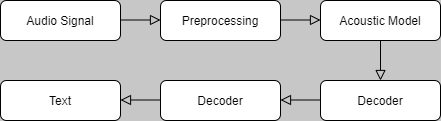
Earlier version of the draw.io export asr_pipeline.png (Tou7and/HelloGitHub). Source tidied: cells renumbered, new cells last; positions are measured from the earlier drawing's top-left corner, leaving out a move shared by most shapes. Its diagram source:
```xml
<mxGraphModel background="#C7C7C7">
  <root>
    <mxCell id="0" />
    <mxCell id="1" parent="0" />
    <mxCell id="2" value="Audio Signal" style="rounded=1;whiteSpace=wrap;html=1;fontSize=12;glass=0;strokeWidth=1;shadow=0;" parent="1" vertex="1">
      <mxGeometry width="120" height="40" as="geometry" />
    </mxCell>
    <mxCell id="3" style="rounded=0;html=1;jettySize=auto;orthogonalLoop=1;fontSize=11;endArrow=block;endFill=0;endSize=8;strokeWidth=1;shadow=0;labelBackgroundColor=none;edgeStyle=orthogonalEdgeStyle;" parent="1" edge="1">
      <mxGeometry relative="1" as="geometry">
        <mxPoint x="120" y="20" as="sourcePoint" />
        <mxPoint x="160" y="19.5" as="targetPoint" />
        <Array as="points">
          <mxPoint x="160" y="19.5" />
          <mxPoint x="160" y="19.5" />
        </Array>
      </mxGeometry>
    </mxCell>
    <mxCell id="4" value="Preprocessing" style="rounded=1;whiteSpace=wrap;html=1;fontSize=12;glass=0;strokeWidth=1;shadow=0;" parent="1" vertex="1">
      <mxGeometry x="160" width="120" height="40" as="geometry" />
    </mxCell>
    <mxCell id="5" value="Acoustic Model" style="rounded=1;whiteSpace=wrap;html=1;fontSize=12;glass=0;strokeWidth=1;shadow=0;" parent="1" vertex="1">
      <mxGeometry x="320" width="120" height="40" as="geometry" />
    </mxCell>
    <mxCell id="6" value="Decoder" style="rounded=1;whiteSpace=wrap;html=1;fontSize=12;glass=0;strokeWidth=1;shadow=0;" parent="1" vertex="1">
      <mxGeometry x="320" y="80" width="120" height="40" as="geometry" />
    </mxCell>
    <mxCell id="7" style="rounded=0;html=1;jettySize=auto;orthogonalLoop=1;fontSize=11;endArrow=block;endFill=0;endSize=8;strokeWidth=1;shadow=0;labelBackgroundColor=none;edgeStyle=orthogonalEdgeStyle;" parent="1" edge="1">
      <mxGeometry relative="1" as="geometry">
        <mxPoint x="280" y="19.5" as="sourcePoint" />
        <mxPoint x="320" y="19.5" as="targetPoint" />
        <Array as="points">
          <mxPoint x="320" y="19.5" />
          <mxPoint x="320" y="19.5" />
        </Array>
      </mxGeometry>
    </mxCell>
    <mxCell id="8" style="rounded=0;html=1;jettySize=auto;orthogonalLoop=1;fontSize=11;endArrow=block;endFill=0;endSize=8;strokeWidth=1;shadow=0;labelBackgroundColor=none;edgeStyle=orthogonalEdgeStyle;" parent="1" edge="1">
      <mxGeometry relative="1" as="geometry">
        <mxPoint x="380" y="40" as="sourcePoint" />
        <mxPoint x="380" y="80" as="targetPoint" />
        <Array as="points">
          <mxPoint x="380" y="80" />
          <mxPoint x="380" y="80" />
        </Array>
      </mxGeometry>
    </mxCell>
    <mxCell id="9" value="Decoder" style="rounded=1;whiteSpace=wrap;html=1;fontSize=12;glass=0;strokeWidth=1;shadow=0;" parent="1" vertex="1">
      <mxGeometry x="160" y="80" width="120" height="40" as="geometry" />
    </mxCell>
    <mxCell id="10" value="Text" style="rounded=1;whiteSpace=wrap;html=1;fontSize=12;glass=0;strokeWidth=1;shadow=0;" parent="1" vertex="1">
      <mxGeometry y="80" width="120" height="40" as="geometry" />
    </mxCell>
    <mxCell id="11" style="rounded=0;html=1;jettySize=auto;orthogonalLoop=1;fontSize=11;endArrow=block;endFill=0;endSize=8;strokeWidth=1;shadow=0;labelBackgroundColor=none;edgeStyle=orthogonalEdgeStyle;" parent="1" edge="1">
      <mxGeometry relative="1" as="geometry">
        <mxPoint x="320" y="99.5" as="sourcePoint" />
        <mxPoint x="280" y="99.5" as="targetPoint" />
        <Array as="points">
          <mxPoint x="280" y="99.5" />
          <mxPoint x="280" y="99.5" />
        </Array>
      </mxGeometry>
    </mxCell>
    <mxCell id="12" style="rounded=0;html=1;jettySize=auto;orthogonalLoop=1;fontSize=11;endArrow=block;endFill=0;endSize=8;strokeWidth=1;shadow=0;labelBackgroundColor=none;edgeStyle=orthogonalEdgeStyle;" parent="1" edge="1">
      <mxGeometry relative="1" as="geometry">
        <mxPoint x="160" y="99.5" as="sourcePoint" />
        <mxPoint x="120" y="99.5" as="targetPoint" />
        <Array as="points">
          <mxPoint x="120" y="99.5" />
          <mxPoint x="120" y="99.5" />
        </Array>
      </mxGeometry>
    </mxCell>
  </root>
</mxGraphModel>
```
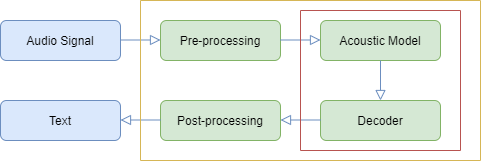
After the change.

The edit, as a diff of the source:
```diff
@@ -1,11 +1,11 @@
-<mxGraphModel background="#C7C7C7">
+<mxGraphModel>
   <root>
     <mxCell id="0" />
     <mxCell id="1" parent="0" />
-    <mxCell id="2" value="Audio Signal" style="rounded=1;whiteSpace=wrap;html=1;fontSize=12;glass=0;strokeWidth=1;shadow=0;" parent="1" vertex="1">
+    <mxCell id="2" value="Audio Signal" style="rounded=1;whiteSpace=wrap;html=1;fontSize=12;glass=0;strokeWidth=1;shadow=0;fillColor=#dae8fc;strokeColor=#6c8ebf;" parent="1" vertex="1">
       <mxGeometry width="120" height="40" as="geometry" />
     </mxCell>
-    <mxCell id="3" style="rounded=0;html=1;jettySize=auto;orthogonalLoop=1;fontSize=11;endArrow=block;endFill=0;endSize=8;strokeWidth=1;shadow=0;labelBackgroundColor=none;edgeStyle=orthogonalEdgeStyle;" parent="1" edge="1">
+    <mxCell id="3" style="rounded=0;html=1;jettySize=auto;orthogonalLoop=1;fontSize=11;endArrow=block;endFill=0;endSize=8;strokeWidth=1;shadow=0;labelBackgroundColor=none;edgeStyle=orthogonalEdgeStyle;fillColor=#dae8fc;strokeColor=#6c8ebf;" parent="1" edge="1">
       <mxGeometry relative="1" as="geometry">
         <mxPoint x="120" y="20" as="sourcePoint" />
         <mxPoint x="160" y="19.5" as="targetPoint" />
@@ -15,16 +15,16 @@
         </Array>
       </mxGeometry>
     </mxCell>
-    <mxCell id="4" value="Preprocessing" style="rounded=1;whiteSpace=wrap;html=1;fontSize=12;glass=0;strokeWidth=1;shadow=0;" parent="1" vertex="1">
+    <mxCell id="4" value="Pre-processing" style="rounded=1;whiteSpace=wrap;html=1;fontSize=12;glass=0;strokeWidth=1;shadow=0;fillColor=#d5e8d4;strokeColor=#82b366;" parent="1" vertex="1">
       <mxGeometry x="160" width="120" height="40" as="geometry" />
     </mxCell>
-    <mxCell id="5" value="Acoustic Model" style="rounded=1;whiteSpace=wrap;html=1;fontSize=12;glass=0;strokeWidth=1;shadow=0;" parent="1" vertex="1">
+    <mxCell id="5" value="Acoustic Model" style="rounded=1;whiteSpace=wrap;html=1;fontSize=12;glass=0;strokeWidth=1;shadow=0;fillColor=#d5e8d4;strokeColor=#82b366;" parent="1" vertex="1">
       <mxGeometry x="320" width="120" height="40" as="geometry" />
     </mxCell>
-    <mxCell id="6" value="Decoder" style="rounded=1;whiteSpace=wrap;html=1;fontSize=12;glass=0;strokeWidth=1;shadow=0;" parent="1" vertex="1">
+    <mxCell id="6" value="Decoder" style="rounded=1;whiteSpace=wrap;html=1;fontSize=12;glass=0;strokeWidth=1;shadow=0;fillColor=#d5e8d4;strokeColor=#82b366;" parent="1" vertex="1">
       <mxGeometry x="320" y="80" width="120" height="40" as="geometry" />
     </mxCell>
-    <mxCell id="7" style="rounded=0;html=1;jettySize=auto;orthogonalLoop=1;fontSize=11;endArrow=block;endFill=0;endSize=8;strokeWidth=1;shadow=0;labelBackgroundColor=none;edgeStyle=orthogonalEdgeStyle;" parent="1" edge="1">
+    <mxCell id="7" style="rounded=0;html=1;jettySize=auto;orthogonalLoop=1;fontSize=11;endArrow=block;endFill=0;endSize=8;strokeWidth=1;shadow=0;labelBackgroundColor=none;edgeStyle=orthogonalEdgeStyle;fillColor=#dae8fc;strokeColor=#6c8ebf;" parent="1" edge="1">
       <mxGeometry relative="1" as="geometry">
         <mxPoint x="280" y="19.5" as="sourcePoint" />
         <mxPoint x="320" y="19.5" as="targetPoint" />
@@ -34,7 +34,7 @@
         </Array>
       </mxGeometry>
     </mxCell>
-    <mxCell id="8" style="rounded=0;html=1;jettySize=auto;orthogonalLoop=1;fontSize=11;endArrow=block;endFill=0;endSize=8;strokeWidth=1;shadow=0;labelBackgroundColor=none;edgeStyle=orthogonalEdgeStyle;" parent="1" edge="1">
+    <mxCell id="8" style="rounded=0;html=1;jettySize=auto;orthogonalLoop=1;fontSize=11;endArrow=block;endFill=0;endSize=8;strokeWidth=1;shadow=0;labelBackgroundColor=none;edgeStyle=orthogonalEdgeStyle;fillColor=#dae8fc;strokeColor=#6c8ebf;" parent="1" edge="1">
       <mxGeometry relative="1" as="geometry">
         <mxPoint x="380" y="40" as="sourcePoint" />
         <mxPoint x="380" y="80" as="targetPoint" />
@@ -44,13 +44,13 @@
         </Array>
       </mxGeometry>
     </mxCell>
-    <mxCell id="9" value="Decoder" style="rounded=1;whiteSpace=wrap;html=1;fontSize=12;glass=0;strokeWidth=1;shadow=0;" parent="1" vertex="1">
+    <mxCell id="9" value="Post-processing" style="rounded=1;whiteSpace=wrap;html=1;fontSize=12;glass=0;strokeWidth=1;shadow=0;fillColor=#d5e8d4;strokeColor=#82b366;" parent="1" vertex="1">
       <mxGeometry x="160" y="80" width="120" height="40" as="geometry" />
     </mxCell>
-    <mxCell id="10" value="Text" style="rounded=1;whiteSpace=wrap;html=1;fontSize=12;glass=0;strokeWidth=1;shadow=0;" parent="1" vertex="1">
+    <mxCell id="10" value="Text" style="rounded=1;whiteSpace=wrap;html=1;fontSize=12;glass=0;strokeWidth=1;shadow=0;fillColor=#dae8fc;strokeColor=#6c8ebf;" parent="1" vertex="1">
       <mxGeometry y="80" width="120" height="40" as="geometry" />
     </mxCell>
-    <mxCell id="11" style="rounded=0;html=1;jettySize=auto;orthogonalLoop=1;fontSize=11;endArrow=block;endFill=0;endSize=8;strokeWidth=1;shadow=0;labelBackgroundColor=none;edgeStyle=orthogonalEdgeStyle;" parent="1" edge="1">
+    <mxCell id="11" style="rounded=0;html=1;jettySize=auto;orthogonalLoop=1;fontSize=11;endArrow=block;endFill=0;endSize=8;strokeWidth=1;shadow=0;labelBackgroundColor=none;edgeStyle=orthogonalEdgeStyle;fillColor=#dae8fc;strokeColor=#6c8ebf;" parent="1" edge="1">
       <mxGeometry relative="1" as="geometry">
         <mxPoint x="320" y="99.5" as="sourcePoint" />
         <mxPoint x="280" y="99.5" as="targetPoint" />
@@ -60,7 +60,7 @@
         </Array>
       </mxGeometry>
     </mxCell>
-    <mxCell id="12" style="rounded=0;html=1;jettySize=auto;orthogonalLoop=1;fontSize=11;endArrow=block;endFill=0;endSize=8;strokeWidth=1;shadow=0;labelBackgroundColor=none;edgeStyle=orthogonalEdgeStyle;" parent="1" edge="1">
+    <mxCell id="12" style="rounded=0;html=1;jettySize=auto;orthogonalLoop=1;fontSize=11;endArrow=block;endFill=0;endSize=8;strokeWidth=1;shadow=0;labelBackgroundColor=none;edgeStyle=orthogonalEdgeStyle;fillColor=#dae8fc;strokeColor=#6c8ebf;" parent="1" edge="1">
       <mxGeometry relative="1" as="geometry">
         <mxPoint x="160" y="99.5" as="sourcePoint" />
         <mxPoint x="120" y="99.5" as="targetPoint" />
@@ -70,5 +70,53 @@
         </Array>
       </mxGeometry>
     </mxCell>
+    <mxCell id="13" style="endArrow=none;html=1;fillColor=#f8cecc;strokeColor=#b85450;" parent="1" edge="1">
+      <mxGeometry relative="1" as="geometry">
+        <mxPoint x="300" y="130" as="sourcePoint" />
+        <mxPoint x="300" y="-10" as="targetPoint" />
+      </mxGeometry>
+    </mxCell>
+    <mxCell id="14" style="endArrow=none;html=1;fillColor=#f8cecc;strokeColor=#b85450;" parent="1" edge="1">
+      <mxGeometry relative="1" as="geometry">
+        <mxPoint x="460" y="130" as="sourcePoint" />
+        <mxPoint x="460" y="-10" as="targetPoint" />
+      </mxGeometry>
+    </mxCell>
+    <mxCell id="15" style="endArrow=none;html=1;fillColor=#f8cecc;strokeColor=#b85450;" parent="1" edge="1">
+      <mxGeometry relative="1" as="geometry">
+        <mxPoint x="300" y="-10" as="sourcePoint" />
+        <mxPoint x="460" y="-10" as="targetPoint" />
+      </mxGeometry>
+    </mxCell>
+    <mxCell id="16" style="endArrow=none;html=1;fillColor=#f8cecc;strokeColor=#b85450;" parent="1" edge="1">
+      <mxGeometry relative="1" as="geometry">
+        <mxPoint x="300" y="130" as="sourcePoint" />
+        <mxPoint x="460" y="130" as="targetPoint" />
+      </mxGeometry>
+    </mxCell>
+    <mxCell id="17" style="endArrow=none;html=1;fillColor=#fff2cc;strokeColor=#d6b656;" parent="1" edge="1">
+      <mxGeometry relative="1" as="geometry">
+        <mxPoint x="140" y="-20" as="sourcePoint" />
+        <mxPoint x="480" y="-20" as="targetPoint" />
+      </mxGeometry>
+    </mxCell>
+    <mxCell id="18" style="endArrow=none;html=1;fillColor=#fff2cc;strokeColor=#d6b656;" parent="1" edge="1">
+      <mxGeometry relative="1" as="geometry">
+        <mxPoint x="140" y="140" as="sourcePoint" />
+        <mxPoint x="480" y="140" as="targetPoint" />
+      </mxGeometry>
+    </mxCell>
+    <mxCell id="19" style="endArrow=none;html=1;fillColor=#fff2cc;strokeColor=#d6b656;" parent="1" edge="1">
+      <mxGeometry relative="1" as="geometry">
+        <mxPoint x="140" y="140" as="sourcePoint" />
+        <mxPoint x="140" y="-20" as="targetPoint" />
+      </mxGeometry>
+    </mxCell>
+    <mxCell id="20" style="endArrow=none;html=1;fillColor=#fff2cc;strokeColor=#d6b656;" parent="1" edge="1">
+      <mxGeometry relative="1" as="geometry">
+        <mxPoint x="480" y="140" as="sourcePoint" />
+        <mxPoint x="480" y="-20" as="targetPoint" />
+      </mxGeometry>
+    </mxCell>
   </root>
 </mxGraphModel>
```
